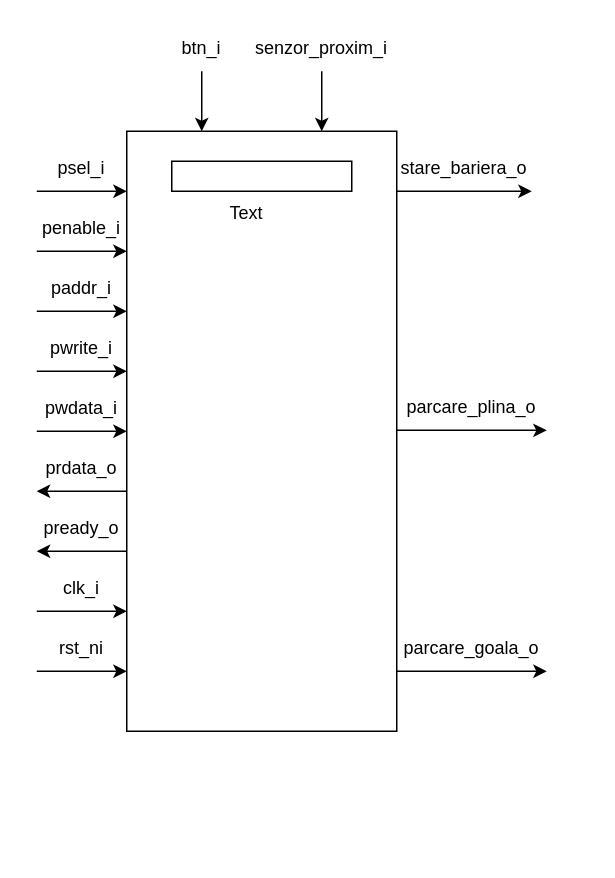
This is Untitled Diagram.drawio from AndreiTM1/Verilog_Parking_Barrier, a draw.io file, before an edit. Source tidied: cells renumbered, new cells numbered last; positions are measured from the earlier drawing's top-left corner, leaving out a move shared by most shapes. Both pictures are drawn from the tidied source at 150%, with x=0, y=0 at pixel (36, 26).
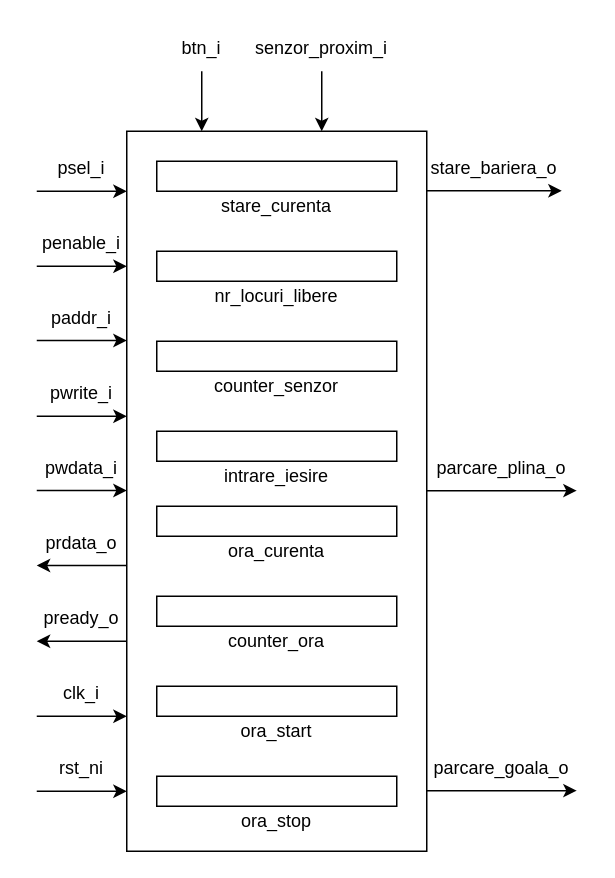
The same diagram, later.

Change to the diagram source:
```diff
@@
     <mxCell id="2" style="rounded=0;whiteSpace=wrap;html=1;" parent="1" vertex="1">
-      <mxGeometry x="60" y="70" width="180" height="400" as="geometry" />
+      <mxGeometry x="60" y="70" width="200" height="480" as="geometry" />
     </mxCell>
@@
     <mxCell id="4" style="endArrow=classic;html=1;rounded=0;" parent="1" edge="1">
       <mxGeometry relative="1" as="geometry">
-        <mxPoint y="150" as="sourcePoint" />
-        <mxPoint x="60" y="150" as="targetPoint" />
+        <mxPoint y="160" as="sourcePoint" />
+        <mxPoint x="60" y="160" as="targetPoint" />
       </mxGeometry>
     </mxCell>
     <mxCell id="5" style="endArrow=classic;html=1;rounded=0;" parent="1" edge="1">
       <mxGeometry relative="1" as="geometry">
-        <mxPoint y="190" as="sourcePoint" />
-        <mxPoint x="60" y="190" as="targetPoint" />
+        <mxPoint y="209.5" as="sourcePoint" />
+        <mxPoint x="60" y="209.5" as="targetPoint" />
       </mxGeometry>
     </mxCell>
     <mxCell id="6" style="endArrow=classic;html=1;rounded=0;" parent="1" edge="1">
       <mxGeometry relative="1" as="geometry">
-        <mxPoint y="230" as="sourcePoint" />
-        <mxPoint x="60" y="230" as="targetPoint" />
+        <mxPoint y="260" as="sourcePoint" />
+        <mxPoint x="60" y="260" as="targetPoint" />
       </mxGeometry>
     </mxCell>
     <mxCell id="7" style="endArrow=classic;html=1;rounded=0;" parent="1" edge="1">
       <mxGeometry relative="1" as="geometry">
-        <mxPoint y="270" as="sourcePoint" />
-        <mxPoint x="60" y="270" as="targetPoint" />
+        <mxPoint y="309.5" as="sourcePoint" />
+        <mxPoint x="60" y="309.5" as="targetPoint" />
       </mxGeometry>
     </mxCell>
     <mxCell id="8" style="endArrow=classic;html=1;rounded=0;" parent="1" edge="1">
       <mxGeometry relative="1" as="geometry">
-        <mxPoint x="60" y="310" as="sourcePoint" />
-        <mxPoint y="310" as="targetPoint" />
+        <mxPoint x="60" y="359.5" as="sourcePoint" />
+        <mxPoint y="359.5" as="targetPoint" />
       </mxGeometry>
     </mxCell>
     <mxCell id="9" style="endArrow=classic;html=1;rounded=0;" parent="1" edge="1">
       <mxGeometry relative="1" as="geometry">
-        <mxPoint x="60" y="350" as="sourcePoint" />
-        <mxPoint y="350" as="targetPoint" />
+        <mxPoint x="60" y="410" as="sourcePoint" />
+        <mxPoint y="410" as="targetPoint" />
       </mxGeometry>
     </mxCell>
@@
     <mxCell id="11" value="penable_i" style="text;html=1;whiteSpace=wrap;strokeColor=none;fillColor=none;align=center;verticalAlign=middle;rounded=0;" parent="1" vertex="1">
-      <mxGeometry y="120" width="60" height="30" as="geometry" />
+      <mxGeometry y="130" width="60" height="30" as="geometry" />
     </mxCell>
     <mxCell id="12" value="paddr_i" style="text;html=1;whiteSpace=wrap;strokeColor=none;fillColor=none;align=center;verticalAlign=middle;rounded=0;" parent="1" vertex="1">
-      <mxGeometry y="160" width="60" height="30" as="geometry" />
+      <mxGeometry y="179.5" width="60" height="30" as="geometry" />
     </mxCell>
     <mxCell id="13" value="pwrite_i" style="text;html=1;whiteSpace=wrap;strokeColor=none;fillColor=none;align=center;verticalAlign=middle;rounded=0;" parent="1" vertex="1">
-      <mxGeometry y="200" width="60" height="30" as="geometry" />
+      <mxGeometry y="230" width="60" height="30" as="geometry" />
     </mxCell>
     <mxCell id="14" value="pwdata_i" style="text;html=1;whiteSpace=wrap;strokeColor=none;fillColor=none;align=center;verticalAlign=middle;rounded=0;" parent="1" vertex="1">
-      <mxGeometry y="240" width="60" height="30" as="geometry" />
+      <mxGeometry y="279.5" width="60" height="30" as="geometry" />
     </mxCell>
     <mxCell id="15" value="prdata_o" style="text;html=1;whiteSpace=wrap;strokeColor=none;fillColor=none;align=center;verticalAlign=middle;rounded=0;" parent="1" vertex="1">
-      <mxGeometry y="280" width="60" height="30" as="geometry" />
+      <mxGeometry y="329.5" width="60" height="30" as="geometry" />
     </mxCell>
     <mxCell id="16" value="pready_o" style="text;html=1;whiteSpace=wrap;strokeColor=none;fillColor=none;align=center;verticalAlign=middle;rounded=0;" parent="1" vertex="1">
-      <mxGeometry y="320" width="60" height="30" as="geometry" />
+      <mxGeometry y="380" width="60" height="30" as="geometry" />
     </mxCell>
     <mxCell id="17" style="endArrow=classic;html=1;rounded=0;entryX=1;entryY=1;entryDx=0;entryDy=0;" parent="1" edge="1" target="20">
       <mxGeometry relative="1" as="geometry">
-        <mxPoint x="240" y="110" as="sourcePoint" />
+        <mxPoint x="260" y="109.7" as="sourcePoint" />
       </mxGeometry>
     </mxCell>
     <mxCell id="18" style="endArrow=classic;html=1;rounded=0;entryX=1;entryY=1;entryDx=0;entryDy=0;" parent="1" edge="1" target="21">
       <mxGeometry relative="1" as="geometry">
-        <mxPoint x="240" y="269.4" as="sourcePoint" />
+        <mxPoint x="260" y="309.6" as="sourcePoint" />
       </mxGeometry>
     </mxCell>
@@
     <mxCell id="20" value="stare_bariera_o" style="text;html=1;whiteSpace=wrap;strokeColor=none;fillColor=none;align=center;verticalAlign=middle;rounded=0;" parent="1" vertex="1">
-      <mxGeometry x="240" y="80" width="90" height="30" as="geometry" />
+      <mxGeometry x="260" y="79.7" width="90" height="30" as="geometry" />
     </mxCell>
     <mxCell id="21" value="parcare_plina_o" style="text;html=1;whiteSpace=wrap;strokeColor=none;fillColor=none;align=center;verticalAlign=middle;rounded=0;" parent="1" vertex="1">
-      <mxGeometry x="240" y="239.4" width="100" height="30" as="geometry" />
+      <mxGeometry x="260" y="279.6" width="100" height="30" as="geometry" />
     </mxCell>
     <mxCell id="22" value="parcare_goala_o" style="text;html=1;whiteSpace=wrap;strokeColor=none;fillColor=none;align=center;verticalAlign=middle;rounded=0;" parent="1" vertex="1">
-      <mxGeometry x="240" y="400" width="100" height="30" as="geometry" />
+      <mxGeometry x="260" y="479.6" width="100" height="30" as="geometry" />
     </mxCell>
     <mxCell id="23" style="endArrow=classic;html=1;rounded=0;" parent="1" edge="1">
       <mxGeometry relative="1" as="geometry">
-        <mxPoint y="390" as="sourcePoint" />
-        <mxPoint x="60" y="390" as="targetPoint" />
+        <mxPoint y="460" as="sourcePoint" />
+        <mxPoint x="60" y="460" as="targetPoint" />
       </mxGeometry>
     </mxCell>
     <mxCell id="24" value="clk_i" style="text;html=1;whiteSpace=wrap;strokeColor=none;fillColor=none;align=center;verticalAlign=middle;rounded=0;" parent="1" vertex="1">
-      <mxGeometry y="360" width="60" height="30" as="geometry" />
+      <mxGeometry y="430" width="60" height="30" as="geometry" />
     </mxCell>
     <mxCell id="25" style="endArrow=classic;html=1;rounded=0;" parent="1" edge="1">
       <mxGeometry relative="1" as="geometry">
-        <mxPoint y="430" as="sourcePoint" />
-        <mxPoint x="60" y="430" as="targetPoint" />
+        <mxPoint y="510" as="sourcePoint" />
+        <mxPoint x="60" y="510" as="targetPoint" />
       </mxGeometry>
     </mxCell>
     <mxCell id="26" value="rst_ni" style="text;html=1;whiteSpace=wrap;strokeColor=none;fillColor=none;align=center;verticalAlign=middle;rounded=0;" parent="1" vertex="1">
-      <mxGeometry y="400" width="60" height="30" as="geometry" />
+      <mxGeometry y="480" width="60" height="30" as="geometry" />
     </mxCell>
@@
     <mxCell id="31" style="rounded=0;whiteSpace=wrap;html=1;" parent="1" vertex="1">
-      <mxGeometry x="90" y="90" width="120" height="20" as="geometry" />
+      <mxGeometry x="80" y="90" width="160" height="20" as="geometry" />
     </mxCell>
-    <mxCell id="32" value="Text" style="text;html=1;whiteSpace=wrap;strokeColor=none;fillColor=none;align=center;verticalAlign=middle;rounded=0;" parent="1" vertex="1">
-      <mxGeometry x="110" y="110" width="60" height="30" as="geometry" />
+    <mxCell id="32" value="stare_curenta" style="text;html=1;whiteSpace=wrap;strokeColor=none;fillColor=none;align=center;verticalAlign=middle;rounded=0;" parent="1" vertex="1">
+      <mxGeometry x="120" y="109.7" width="80" height="20" as="geometry" />
     </mxCell>
+    <mxCell id="33" style="rounded=0;whiteSpace=wrap;html=1;" parent="1" vertex="1">
+      <mxGeometry x="80" y="150" width="160" height="20" as="geometry" />
+    </mxCell>
+    <mxCell id="34" value="nr_locuri_libere" style="text;html=1;whiteSpace=wrap;strokeColor=none;fillColor=none;align=center;verticalAlign=middle;rounded=0;" parent="1" vertex="1">
+      <mxGeometry x="115" y="170" width="90" height="20" as="geometry" />
+    </mxCell>
+    <mxCell id="35" style="rounded=0;whiteSpace=wrap;html=1;" parent="1" vertex="1">
+      <mxGeometry x="80" y="210" width="160" height="20" as="geometry" />
+    </mxCell>
+    <mxCell id="36" value="counter_senzor" style="text;html=1;whiteSpace=wrap;strokeColor=none;fillColor=none;align=center;verticalAlign=middle;rounded=0;" parent="1" vertex="1">
+      <mxGeometry x="115" y="230" width="90" height="20" as="geometry" />
+    </mxCell>
+    <mxCell id="37" style="rounded=0;whiteSpace=wrap;html=1;" parent="1" vertex="1">
+      <mxGeometry x="80" y="270" width="160" height="20" as="geometry" />
+    </mxCell>
+    <mxCell id="38" value="intrare_iesire" style="text;html=1;whiteSpace=wrap;strokeColor=none;fillColor=none;align=center;verticalAlign=middle;rounded=0;" parent="1" vertex="1">
+      <mxGeometry x="120" y="289.5" width="80" height="20" as="geometry" />
+    </mxCell>
+    <mxCell id="39" style="rounded=0;whiteSpace=wrap;html=1;" parent="1" vertex="1">
+      <mxGeometry x="80" y="320" width="160" height="20" as="geometry" />
+    </mxCell>
+    <mxCell id="40" value="ora_curenta" style="text;html=1;whiteSpace=wrap;strokeColor=none;fillColor=none;align=center;verticalAlign=middle;rounded=0;" parent="1" vertex="1">
+      <mxGeometry x="120" y="339.5" width="80" height="20" as="geometry" />
+    </mxCell>
+    <mxCell id="41" style="rounded=0;whiteSpace=wrap;html=1;" parent="1" vertex="1">
+      <mxGeometry x="80" y="380" width="160" height="20" as="geometry" />
+    </mxCell>
+    <mxCell id="42" value="counter_ora" style="text;html=1;whiteSpace=wrap;strokeColor=none;fillColor=none;align=center;verticalAlign=middle;rounded=0;" parent="1" vertex="1">
+      <mxGeometry x="120" y="400" width="80" height="20" as="geometry" />
+    </mxCell>
+    <mxCell id="43" style="rounded=0;whiteSpace=wrap;html=1;" parent="1" vertex="1">
+      <mxGeometry x="80" y="440" width="160" height="20" as="geometry" />
+    </mxCell>
+    <mxCell id="44" value="ora_start" style="text;html=1;whiteSpace=wrap;strokeColor=none;fillColor=none;align=center;verticalAlign=middle;rounded=0;" parent="1" vertex="1">
+      <mxGeometry x="120" y="459.6" width="80" height="20" as="geometry" />
+    </mxCell>
+    <mxCell id="45" style="rounded=0;whiteSpace=wrap;html=1;" parent="1" vertex="1">
+      <mxGeometry x="80" y="500" width="160" height="20" as="geometry" />
+    </mxCell>
+    <mxCell id="46" value="ora_stop" style="text;html=1;whiteSpace=wrap;strokeColor=none;fillColor=none;align=center;verticalAlign=middle;rounded=0;" parent="1" vertex="1">
+      <mxGeometry x="120" y="520" width="80" height="20" as="geometry" />
+    </mxCell>
```
